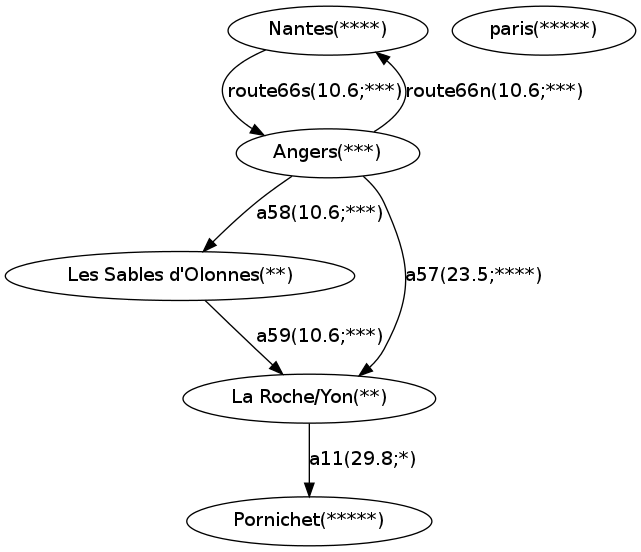
Latoof/GraphProject keeps this Graphviz diagram as GraphProject/graph.png. Above is the earlier version. Its source is kept beside it as GraphProject/graph.dot.
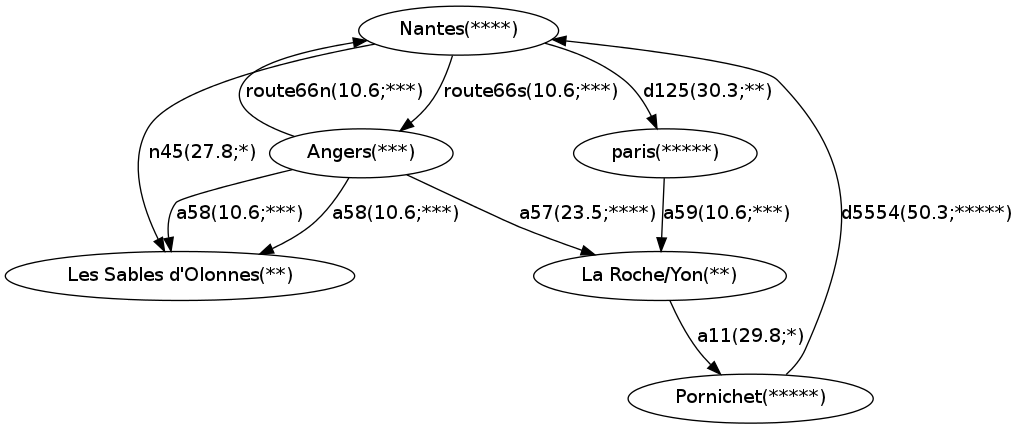
Above is the later version.

Diff of the diagram source:
```diff
@@ -9,6 +9,10 @@
 "Angers" -> "La Roche/Yon" [label="a57(23.5;****)"];
 "La Roche/Yon" -> "Pornichet" [label="a11(29.8;*)"];
 "Angers" -> "Nantes" [label="route66n(10.6;***)"];
-"Les Sables d'Olonnes" -> "La Roche/Yon" [label="a59(10.6;***)"];
+"paris" -> "La Roche/Yon" [label="a59(10.6;***)"];
 "Angers" -> "Les Sables d'Olonnes" [label="a58(10.6;***)"];
+"Angers" -> "Les Sables d'Olonnes" [label="a58(10.6;***)"];
+"Pornichet" -> "Nantes" [label="d5554(50.3;*****)"];
+"Nantes" -> "paris" [label="d125(30.3;**)"];
+"Nantes" -> "Les Sables d'Olonnes" [label="n45(27.8;*)"];
 }
```
